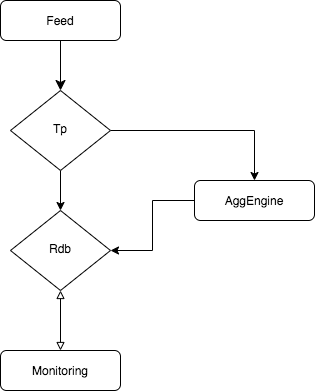
Before: figs/stack.png, a diagram exported from draw.io (emc211/optane-kdb-report). Source tidied: cells renumbered, new cells last; positions are measured from the earlier drawing's top-left corner, leaving out a move shared by most shapes.
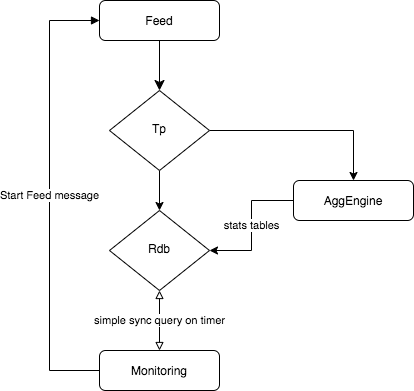
Above is the later version.

Change to the diagram source:
```diff
@@ -17,18 +17,26 @@
     <mxCell id="6" value="Tp" style="rhombus;whiteSpace=wrap;html=1;shadow=0;fontFamily=Helvetica;fontSize=12;align=center;strokeWidth=1;spacing=6;spacingTop=-4;" parent="1" vertex="1">
       <mxGeometry x="10" y="90" width="100" height="80" as="geometry" />
     </mxCell>
-    <mxCell id="7" style="edgeStyle=orthogonalEdgeStyle;rounded=0;jettySize=auto;html=1;entryX=1;entryY=0.5;entryDx=0;entryDy=0;startArrow=none;startFill=0;" parent="1" edge="1" source="8" target="10">
+    <mxCell id="7" value="stats tables" style="edgeStyle=orthogonalEdgeStyle;rounded=0;jettySize=auto;html=1;entryX=1;entryY=0.5;entryDx=0;entryDy=0;startArrow=none;startFill=0;" parent="1" edge="1" source="8" target="10">
       <mxGeometry relative="1" as="geometry" />
     </mxCell>
     <mxCell id="8" value="AggEngine" style="rounded=1;whiteSpace=wrap;html=1;fontSize=12;glass=0;strokeWidth=1;shadow=0;" parent="1" vertex="1">
       <mxGeometry x="194" y="180" width="120" height="40" as="geometry" />
     </mxCell>
-    <mxCell id="9" style="edgeStyle=orthogonalEdgeStyle;rounded=0;jettySize=auto;html=1;exitX=0.5;exitY=1;exitDx=0;exitDy=0;entryX=0.5;entryY=0;entryDx=0;entryDy=0;startArrow=block;startFill=0;endArrow=block;endFill=0;" parent="1" edge="1" source="10" target="11">
+    <mxCell id="9" value="simple sync query on timer" style="edgeStyle=orthogonalEdgeStyle;rounded=0;jettySize=auto;html=1;exitX=0.5;exitY=1;exitDx=0;exitDy=0;entryX=0.5;entryY=0;entryDx=0;entryDy=0;startArrow=block;startFill=0;endArrow=block;endFill=0;" parent="1" edge="1" source="10" target="11">
       <mxGeometry relative="1" as="geometry" />
     </mxCell>
     <mxCell id="10" value="Rdb" style="rhombus;whiteSpace=wrap;html=1;shadow=0;fontFamily=Helvetica;fontSize=12;align=center;strokeWidth=1;spacing=6;spacingTop=-4;" parent="1" vertex="1">
       <mxGeometry x="10" y="210" width="100" height="80" as="geometry" />
     </mxCell>
+    <mxCell id="12" value="Start Feed message" style="edgeStyle=orthogonalEdgeStyle;rounded=0;jettySize=auto;html=1;exitX=0;exitY=0.5;exitDx=0;exitDy=0;entryX=0;entryY=0.5;entryDx=0;entryDy=0;startArrow=none;startFill=0;endArrow=block;endFill=1;" parent="1" edge="1" source="11" target="3">
+      <mxGeometry relative="1" as="geometry">
+        <Array as="points">
+          <mxPoint x="-50" y="370" />
+          <mxPoint x="-50" y="20" />
+        </Array>
+      </mxGeometry>
+    </mxCell>
     <mxCell id="11" value="Monitoring" style="rounded=1;whiteSpace=wrap;html=1;fontSize=12;glass=0;strokeWidth=1;shadow=0;" parent="1" vertex="1">
       <mxGeometry y="350" width="120" height="40" as="geometry" />
     </mxCell>
```
